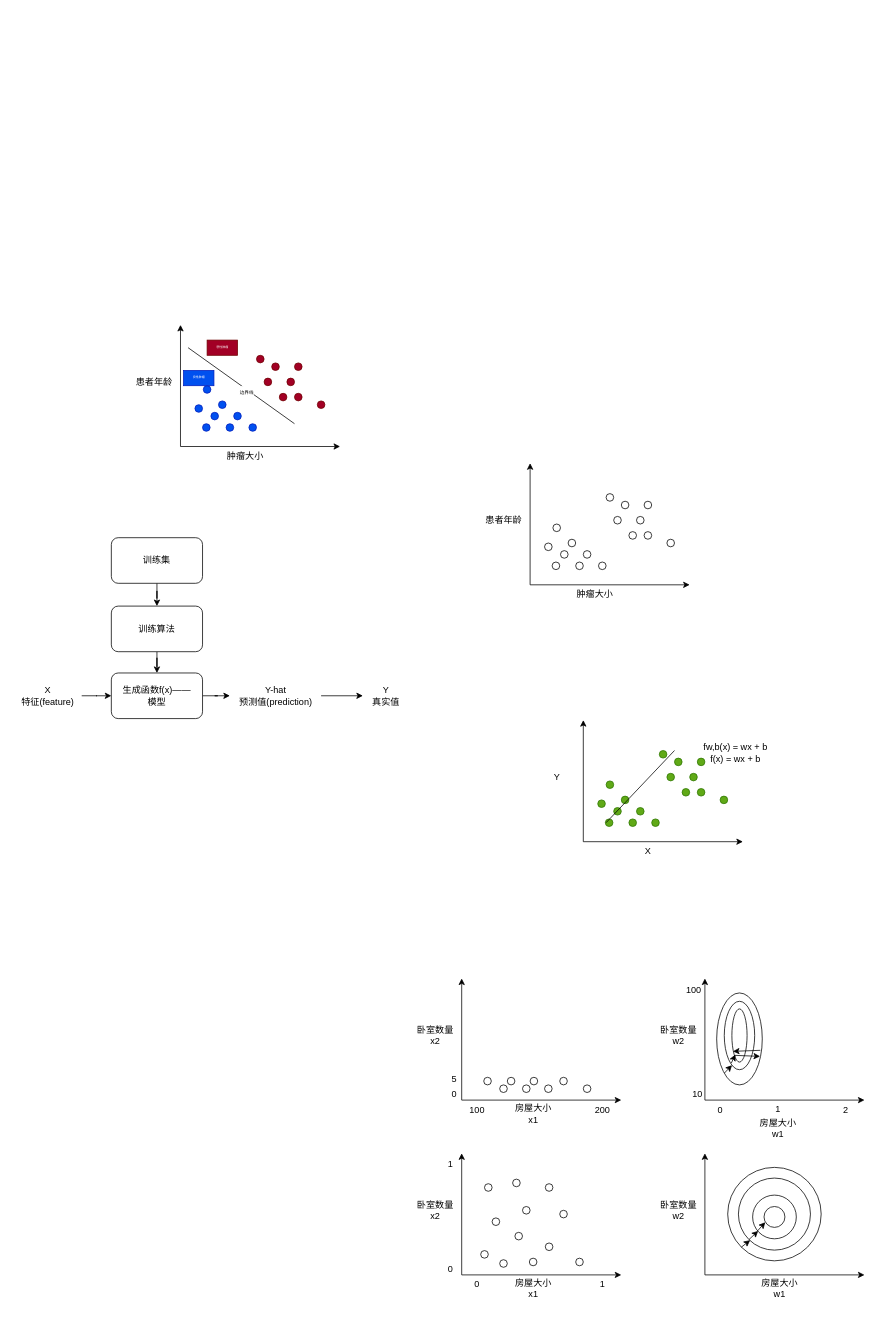
The draw.io diagram src/machinelearn/ai.drawio in blue336697/ai_learning, before the edit. Source tidied: cells renumbered, new cells numbered last; positions are measured from the earlier drawing's top-left corner, leaving out a move shared by most shapes. Both pictures are drawn from the tidied source at 76%, with x=0, y=0 at pixel (13, 325).
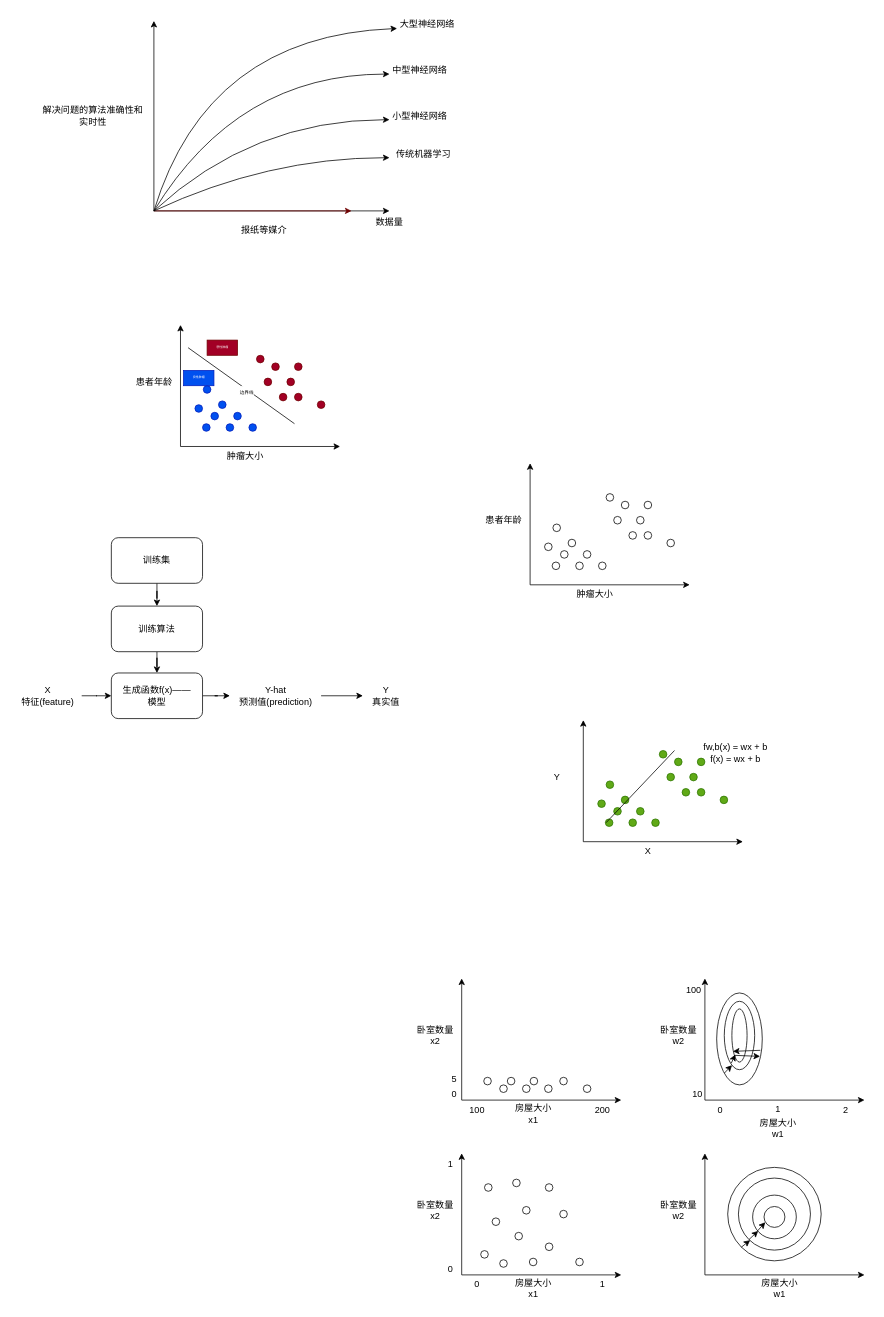
The same page after the edit.

What changed in the source:
```diff
@@
+    <mxCell id="145" style="endArrow=classic;html=1;rounded=0;" parent="1" edge="1">
+      <mxGeometry relative="1" as="geometry">
+        <mxPoint x="185" y="-150" as="sourcePoint" />
+        <mxPoint x="495" y="-150" as="targetPoint" />
+      </mxGeometry>
+    </mxCell>
+    <mxCell id="146" style="endArrow=classic;html=1;rounded=0;" parent="1" edge="1">
+      <mxGeometry relative="1" as="geometry">
+        <mxPoint x="185" y="-150" as="sourcePoint" />
+        <mxPoint x="185" y="-400" as="targetPoint" />
+      </mxGeometry>
+    </mxCell>
+    <mxCell id="147" value="数据量" style="text;html=1;whiteSpace=wrap;strokeColor=none;fillColor=none;align=center;verticalAlign=middle;rounded=0;" parent="1" vertex="1">
+      <mxGeometry x="465" y="-150" width="60" height="30" as="geometry" />
+    </mxCell>
+    <mxCell id="148" value="解决问题的算法准确性和实时性" style="text;html=1;whiteSpace=wrap;strokeColor=none;fillColor=none;align=center;verticalAlign=middle;rounded=0;" parent="1" vertex="1">
+      <mxGeometry x="35" y="-290" width="140" height="30" as="geometry" />
+    </mxCell>
+    <mxCell id="149" style="endArrow=classic;html=1;rounded=0;fillColor=#a20025;strokeColor=#6F0000;" parent="1" edge="1">
+      <mxGeometry relative="1" as="geometry">
+        <mxPoint x="185" y="-150" as="sourcePoint" />
+        <mxPoint x="445" y="-150" as="targetPoint" />
+      </mxGeometry>
+    </mxCell>
+    <mxCell id="150" value="报纸等媒介" style="text;html=1;whiteSpace=wrap;strokeColor=none;fillColor=none;align=center;verticalAlign=middle;rounded=0;" parent="1" vertex="1">
+      <mxGeometry x="295" y="-140" width="70" height="30" as="geometry" />
+    </mxCell>
+    <mxCell id="151" style="endArrow=classic;html=1;rounded=0;curved=1;strokeColor=default;" parent="1" edge="1">
+      <mxGeometry relative="1" as="geometry">
+        <mxPoint x="185" y="-150" as="sourcePoint" />
+        <mxPoint x="495" y="-220" as="targetPoint" />
+        <Array as="points">
+          <mxPoint x="335" y="-220" />
+        </Array>
+      </mxGeometry>
+    </mxCell>
+    <mxCell id="152" value="传统机器学习" style="text;html=1;whiteSpace=wrap;strokeColor=none;fillColor=none;align=center;verticalAlign=middle;rounded=0;" parent="1" vertex="1">
+      <mxGeometry x="495" y="-240" width="90" height="30" as="geometry" />
+    </mxCell>
+    <mxCell id="153" style="endArrow=classic;html=1;rounded=0;curved=1;strokeColor=default;" parent="1" edge="1">
+      <mxGeometry relative="1" as="geometry">
+        <mxPoint x="185" y="-150" as="sourcePoint" />
+        <mxPoint x="495" y="-270" as="targetPoint" />
+        <Array as="points">
+          <mxPoint x="315" y="-270" />
+        </Array>
+      </mxGeometry>
+    </mxCell>
+    <mxCell id="154" value="小型神经网络" style="text;html=1;whiteSpace=wrap;strokeColor=none;fillColor=none;align=center;verticalAlign=middle;rounded=0;" parent="1" vertex="1">
+      <mxGeometry x="485" y="-290" width="100" height="30" as="geometry" />
+    </mxCell>
+    <mxCell id="155" style="endArrow=classic;html=1;rounded=0;curved=1;strokeColor=default;" parent="1" edge="1">
+      <mxGeometry relative="1" as="geometry">
+        <mxPoint x="185" y="-150" as="sourcePoint" />
+        <mxPoint x="495" y="-330" as="targetPoint" />
+        <Array as="points">
+          <mxPoint x="295" y="-330" />
+        </Array>
+      </mxGeometry>
+    </mxCell>
+    <mxCell id="156" value="中型神经网络" style="text;html=1;whiteSpace=wrap;strokeColor=none;fillColor=none;align=center;verticalAlign=middle;rounded=0;" parent="1" vertex="1">
+      <mxGeometry x="485" y="-350" width="100" height="30" as="geometry" />
+    </mxCell>
+    <mxCell id="157" style="endArrow=classic;html=1;rounded=0;curved=1;strokeColor=default;" parent="1" edge="1">
+      <mxGeometry relative="1" as="geometry">
+        <mxPoint x="185" y="-150" as="sourcePoint" />
+        <mxPoint x="505" y="-390" as="targetPoint" />
+        <Array as="points">
+          <mxPoint x="255" y="-380" />
+        </Array>
+      </mxGeometry>
+    </mxCell>
+    <mxCell id="158" value="大型神经网络" style="text;html=1;whiteSpace=wrap;strokeColor=none;fillColor=none;align=center;verticalAlign=middle;rounded=0;" parent="1" vertex="1">
+      <mxGeometry x="495" y="-410" width="100" height="30" as="geometry" />
+    </mxCell>
```
